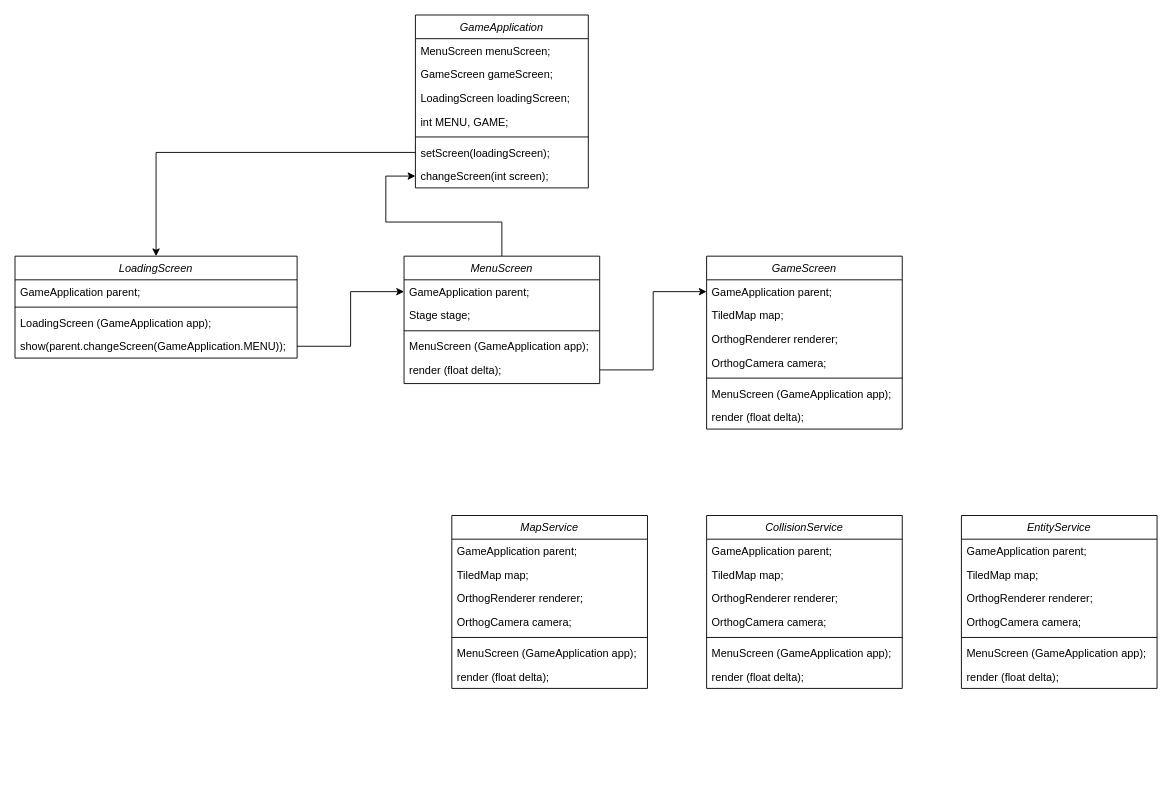
The draw.io diagram endlesswar.drawio in LuizGuilhermeNych/EndlessWar, before the edit. Source tidied: cells renumbered, new cells numbered last; positions are measured from the earlier drawing's top-left corner, leaving out a move shared by most shapes. Both pictures are drawn from the tidied source at 91%, with x=0, y=0 at pixel (15, 15).
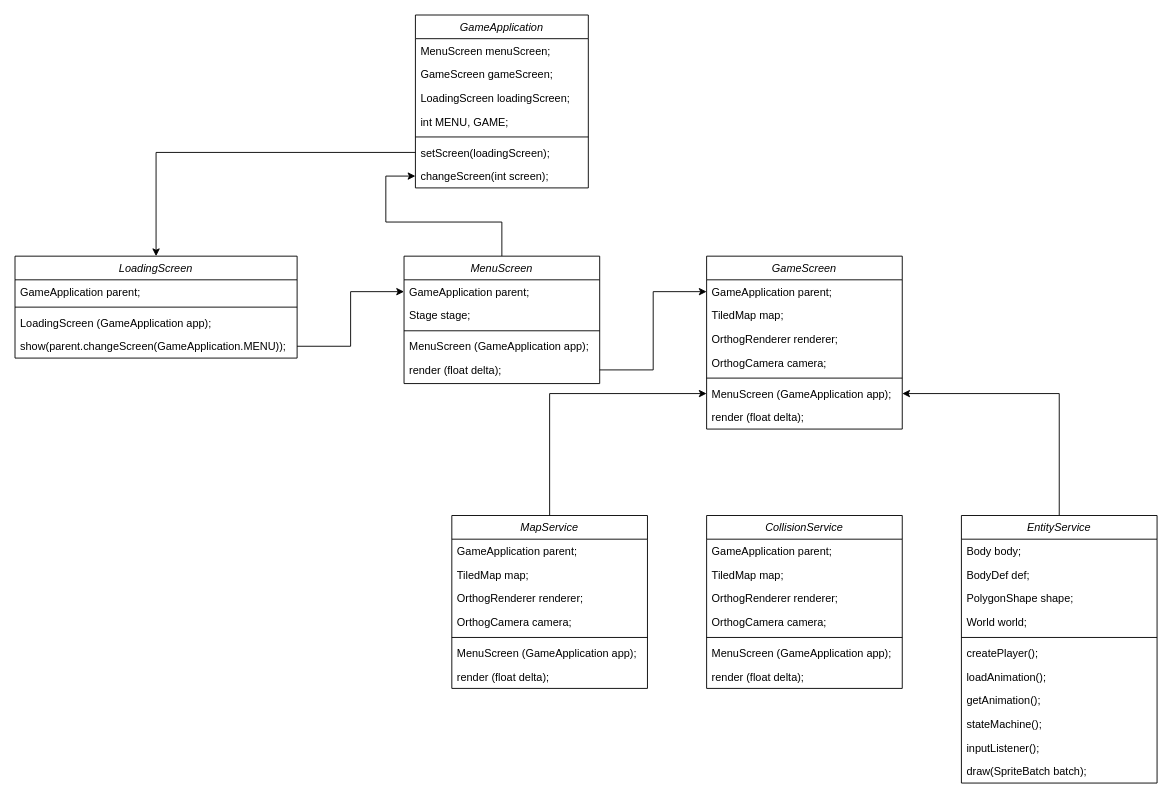
After the change.

Unchanged cells that the change refers to:
```xml
<mxCell id="30" value="MenuScreen (GameApplication app);" style="text;align=left;verticalAlign=top;spacingLeft=4;spacingRight=4;overflow=hidden;points=[[0,0.5],[1,0.5]];portConstraint=eastwest;" parent="24" vertex="1">
  <mxGeometry y="138" width="215" height="26" as="geometry" />
</mxCell>
<mxCell id="33" value="MapService" style="swimlane;fontStyle=2;align=center;verticalAlign=top;horizontal=1;startSize=26;rounded=0;shadow=0;strokeWidth=1;" parent="1" vertex="1">
  <mxGeometry x="480" y="550" width="215" height="190" as="geometry" />
</mxCell>
```

The edit, as a diff of the source:
```diff
@@
+    <mxCell id="57" style="edgeStyle=orthogonalEdgeStyle;rounded=0;jettySize=auto;html=1;entryX=0;entryY=0.5;entryDx=0;entryDy=0;" parent="1" edge="1" source="33" target="30">
+      <mxGeometry relative="1" as="geometry" />
+    </mxCell>
@@
+    <mxCell id="58" style="edgeStyle=orthogonalEdgeStyle;rounded=0;jettySize=auto;html=1;entryX=1;entryY=0.5;entryDx=0;entryDy=0;" parent="1" edge="1" source="49" target="30">
+      <mxGeometry relative="1" as="geometry" />
+    </mxCell>
     <mxCell id="49" value="EntityService" style="swimlane;fontStyle=2;align=center;verticalAlign=top;horizontal=1;startSize=26;rounded=0;shadow=0;strokeWidth=1;" parent="1" vertex="1">
-      <mxGeometry x="1040" y="550" width="215" height="190" as="geometry" />
+      <mxGeometry x="1040" y="550" width="215" height="294" as="geometry" />
     </mxCell>
-    <mxCell id="50" value="GameApplication parent;" style="text;align=left;verticalAlign=top;spacingLeft=4;spacingRight=4;overflow=hidden;" parent="49" vertex="1">
+    <mxCell id="50" value="Body body;" style="text;align=left;verticalAlign=top;spacingLeft=4;spacingRight=4;overflow=hidden;" parent="49" vertex="1">
       <mxGeometry y="26" width="215" height="26" as="geometry" />
     </mxCell>
-    <mxCell id="51" value="TiledMap map;" style="text;align=left;verticalAlign=top;spacingLeft=4;spacingRight=4;overflow=hidden;" parent="49" vertex="1">
+    <mxCell id="51" value="BodyDef def;" style="text;align=left;verticalAlign=top;spacingLeft=4;spacingRight=4;overflow=hidden;" parent="49" vertex="1">
       <mxGeometry y="52" width="215" height="26" as="geometry" />
     </mxCell>
-    <mxCell id="52" value="OrthogRenderer renderer;" style="text;align=left;verticalAlign=top;spacingLeft=4;spacingRight=4;overflow=hidden;" parent="49" vertex="1">
+    <mxCell id="52" value="PolygonShape shape;" style="text;align=left;verticalAlign=top;spacingLeft=4;spacingRight=4;overflow=hidden;" parent="49" vertex="1">
       <mxGeometry y="78" width="215" height="26" as="geometry" />
     </mxCell>
-    <mxCell id="53" value="OrthogCamera camera;" style="text;align=left;verticalAlign=top;spacingLeft=4;spacingRight=4;overflow=hidden;" parent="49" vertex="1">
+    <mxCell id="53" value="World world;" style="text;align=left;verticalAlign=top;spacingLeft=4;spacingRight=4;overflow=hidden;" parent="49" vertex="1">
       <mxGeometry y="104" width="215" height="26" as="geometry" />
     </mxCell>
@@
-    <mxCell id="55" value="MenuScreen (GameApplication app);" style="text;align=left;verticalAlign=top;spacingLeft=4;spacingRight=4;overflow=hidden;" parent="49" vertex="1">
+    <mxCell id="55" value="createPlayer();" style="text;align=left;verticalAlign=top;spacingLeft=4;spacingRight=4;overflow=hidden;" parent="49" vertex="1">
       <mxGeometry y="138" width="215" height="26" as="geometry" />
     </mxCell>
-    <mxCell id="56" value="render (float delta);" style="text;align=left;verticalAlign=top;spacingLeft=4;spacingRight=4;overflow=hidden;" parent="49" vertex="1">
+    <mxCell id="56" value="loadAnimation();" style="text;align=left;verticalAlign=top;spacingLeft=4;spacingRight=4;overflow=hidden;" parent="49" vertex="1">
       <mxGeometry y="164" width="215" height="26" as="geometry" />
     </mxCell>
+    <mxCell id="59" value="getAnimation();" style="text;align=left;verticalAlign=top;spacingLeft=4;spacingRight=4;overflow=hidden;" parent="49" vertex="1">
+      <mxGeometry y="190" width="215" height="26" as="geometry" />
+    </mxCell>
+    <mxCell id="60" value="stateMachine();" style="text;align=left;verticalAlign=top;spacingLeft=4;spacingRight=4;overflow=hidden;" parent="49" vertex="1">
+      <mxGeometry y="216" width="215" height="26" as="geometry" />
+    </mxCell>
+    <mxCell id="61" value="inputListener();" style="text;align=left;verticalAlign=top;spacingLeft=4;spacingRight=4;overflow=hidden;" parent="49" vertex="1">
+      <mxGeometry y="242" width="215" height="26" as="geometry" />
+    </mxCell>
+    <mxCell id="62" value="draw(SpriteBatch batch);" style="text;align=left;verticalAlign=top;spacingLeft=4;spacingRight=4;overflow=hidden;" parent="49" vertex="1">
+      <mxGeometry y="268" width="215" height="26" as="geometry" />
+    </mxCell>
```
